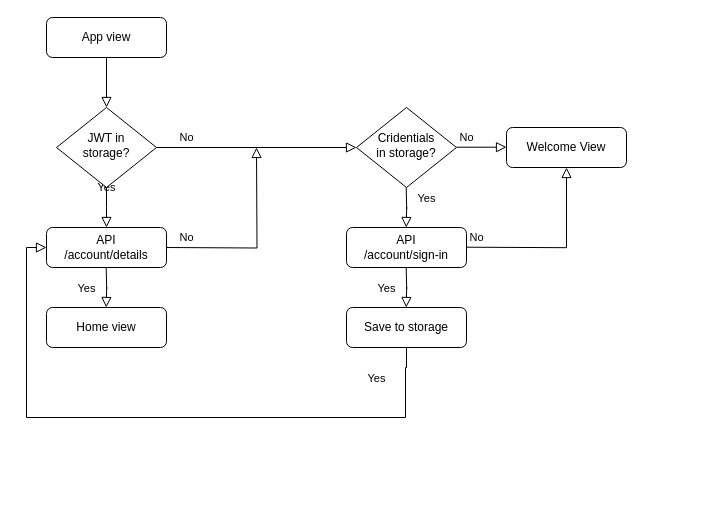
Above: flow.drawio in i-b8o/wb_assistant (draw.io), before the change. Source tidied: cells renumbered, new cells numbered last; positions are measured from the earlier drawing's top-left corner, leaving out a move shared by most shapes. Both pictures are drawn from the tidied source at 100%, with x=0, y=0 at pixel (26, 17).
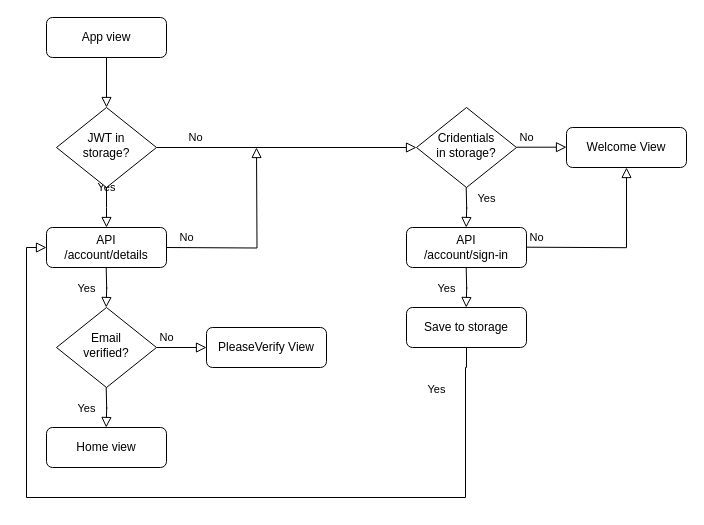
Above is the later version.

Unchanged cells that the change refers to:
```xml
<mxCell id="7" value="API&lt;br&gt;/account/details" style="rounded=1;whiteSpace=wrap;html=1;fontSize=12;glass=0;strokeWidth=1;shadow=0;" parent="1" vertex="1">
  <mxGeometry x="20" y="210" width="120" height="40" as="geometry" />
</mxCell>
```

Change to the diagram source:
```diff
@@
     <mxCell id="8" value="Cridentials&lt;br&gt;in storage?" style="rhombus;whiteSpace=wrap;html=1;shadow=0;fontFamily=Helvetica;fontSize=12;align=center;strokeWidth=1;spacing=6;spacingTop=-4;" parent="1" vertex="1">
-      <mxGeometry x="330" y="90" width="100" height="80" as="geometry" />
+      <mxGeometry x="390" y="90" width="100" height="80" as="geometry" />
     </mxCell>
     <mxCell id="9" value="No" style="edgeStyle=orthogonalEdgeStyle;rounded=0;html=1;jettySize=auto;orthogonalLoop=1;fontSize=11;endArrow=block;endFill=0;endSize=8;strokeWidth=1;shadow=0;labelBackgroundColor=none;" parent="1" edge="1">
       <mxGeometry x="-0.6" y="10" relative="1" as="geometry">
-        <mxPoint x="430" y="129.7" as="sourcePoint" />
-        <mxPoint x="480" y="129.7" as="targetPoint" />
+        <mxPoint x="490" y="129.7" as="sourcePoint" />
+        <mxPoint x="540" y="129.7" as="targetPoint" />
       </mxGeometry>
     </mxCell>
     <mxCell id="10" value="Yes" style="rounded=0;html=1;jettySize=auto;orthogonalLoop=1;fontSize=11;endArrow=block;endFill=0;endSize=8;strokeWidth=1;shadow=0;labelBackgroundColor=none;edgeStyle=orthogonalEdgeStyle;" parent="1" edge="1">
       <mxGeometry x="-0.5" y="20" relative="1" as="geometry">
-        <mxPoint x="379.7" y="170" as="sourcePoint" />
-        <mxPoint x="379.7" y="210" as="targetPoint" />
+        <mxPoint x="439.7" y="170" as="sourcePoint" />
+        <mxPoint x="439.7" y="210" as="targetPoint" />
       </mxGeometry>
     </mxCell>
@@
     <mxCell id="13" value="Home view" style="rounded=1;whiteSpace=wrap;html=1;fontSize=12;glass=0;strokeWidth=1;shadow=0;" parent="1" vertex="1">
-      <mxGeometry x="20" y="290" width="120" height="40" as="geometry" />
+      <mxGeometry x="20" y="410" width="120" height="40" as="geometry" />
     </mxCell>
     <mxCell id="14" value="API&lt;br&gt;/account/sign-in" style="rounded=1;whiteSpace=wrap;html=1;fontSize=12;glass=0;strokeWidth=1;shadow=0;" parent="1" vertex="1">
-      <mxGeometry x="320" y="210" width="120" height="40" as="geometry" />
+      <mxGeometry x="380" y="210" width="120" height="40" as="geometry" />
     </mxCell>
     <mxCell id="15" value="No" style="edgeStyle=orthogonalEdgeStyle;rounded=0;html=1;jettySize=auto;fontSize=11;endArrow=block;endFill=0;endSize=8;strokeWidth=1;shadow=0;labelBackgroundColor=none;entryX=0.5;entryY=1;entryDx=0;entryDy=0;" parent="1" edge="1" target="19">
       <mxGeometry x="-0.89" y="10" relative="1" as="geometry">
-        <mxPoint x="440" y="229.7" as="sourcePoint" />
+        <mxPoint x="500" y="229.7" as="sourcePoint" />
       </mxGeometry>
     </mxCell>
-    <mxCell id="16" value="Yes" style="rounded=0;html=1;jettySize=auto;fontSize=11;endArrow=block;endFill=0;endSize=8;strokeWidth=1;shadow=0;labelBackgroundColor=none;edgeStyle=orthogonalEdgeStyle;exitX=0.5;exitY=1;exitDx=0;exitDy=0;entryX=0;entryY=0.5;entryDx=0;entryDy=0;" parent="1" edge="1" source="17" target="7">
+    <mxCell id="16" value="Yes" style="rounded=0;html=1;jettySize=auto;fontSize=11;endArrow=block;endFill=0;endSize=8;strokeWidth=1;shadow=0;labelBackgroundColor=none;edgeStyle=orthogonalEdgeStyle;exitX=0.5;exitY=1;exitDx=0;exitDy=0;" parent="1" edge="1" source="17">
       <mxGeometry x="-0.9" y="-29" relative="1" as="geometry">
+        <mxPoint x="20" y="230" as="targetPoint" />
         <Array as="points">
-          <mxPoint x="380" y="350" />
-          <mxPoint x="379" y="350" />
-          <mxPoint x="379" y="400" />
-          <mxPoint y="400" />
+          <mxPoint x="440" y="350" />
+          <mxPoint x="439" y="350" />
+          <mxPoint x="439" y="480" />
+          <mxPoint y="480" />
           <mxPoint y="230" />
         </Array>
       </mxGeometry>
     </mxCell>
     <mxCell id="17" value="Save to storage" style="rounded=1;whiteSpace=wrap;html=1;fontSize=12;glass=0;strokeWidth=1;shadow=0;" parent="1" vertex="1">
-      <mxGeometry x="320" y="290" width="120" height="40" as="geometry" />
+      <mxGeometry x="380" y="290" width="120" height="40" as="geometry" />
     </mxCell>
     <mxCell id="18" value="Yes" style="rounded=0;html=1;jettySize=auto;orthogonalLoop=1;fontSize=11;endArrow=block;endFill=0;endSize=8;strokeWidth=1;shadow=0;labelBackgroundColor=none;edgeStyle=orthogonalEdgeStyle;" parent="1" edge="1">
       <mxGeometry y="20" relative="1" as="geometry">
-        <mxPoint x="379.7" y="250" as="sourcePoint" />
-        <mxPoint x="379.7" y="290" as="targetPoint" />
+        <mxPoint x="439.7" y="250" as="sourcePoint" />
+        <mxPoint x="439.7" y="290" as="targetPoint" />
       </mxGeometry>
     </mxCell>
     <mxCell id="19" value="Welcome View" style="rounded=1;whiteSpace=wrap;html=1;fontSize=12;glass=0;strokeWidth=1;shadow=0;" parent="1" vertex="1">
-      <mxGeometry x="480" y="110" width="120" height="40" as="geometry" />
+      <mxGeometry x="540" y="110" width="120" height="40" as="geometry" />
     </mxCell>
+    <mxCell id="20" value="Email &lt;br&gt;verified?" style="rhombus;whiteSpace=wrap;html=1;shadow=0;fontFamily=Helvetica;fontSize=12;align=center;strokeWidth=1;spacing=6;spacingTop=-4;" parent="1" vertex="1">
+      <mxGeometry x="30" y="290" width="100" height="80" as="geometry" />
+    </mxCell>
+    <mxCell id="21" value="Yes" style="rounded=0;html=1;jettySize=auto;orthogonalLoop=1;fontSize=11;endArrow=block;endFill=0;endSize=8;strokeWidth=1;shadow=0;labelBackgroundColor=none;edgeStyle=orthogonalEdgeStyle;" parent="1" edge="1">
+      <mxGeometry y="20" relative="1" as="geometry">
+        <mxPoint x="79.7" y="370" as="sourcePoint" />
+        <mxPoint x="79.7" y="410" as="targetPoint" />
+      </mxGeometry>
+    </mxCell>
+    <mxCell id="22" value="No" style="edgeStyle=orthogonalEdgeStyle;rounded=0;html=1;jettySize=auto;orthogonalLoop=1;fontSize=11;endArrow=block;endFill=0;endSize=8;strokeWidth=1;shadow=0;labelBackgroundColor=none;" parent="1" edge="1">
+      <mxGeometry x="-0.6" y="10" relative="1" as="geometry">
+        <mxPoint x="130" y="330" as="sourcePoint" />
+        <mxPoint x="180" y="330" as="targetPoint" />
+      </mxGeometry>
+    </mxCell>
+    <mxCell id="23" value="PleaseVerify View" style="rounded=1;whiteSpace=wrap;html=1;fontSize=12;glass=0;strokeWidth=1;shadow=0;" parent="1" vertex="1">
+      <mxGeometry x="180" y="310" width="120" height="40" as="geometry" />
+    </mxCell>
```
